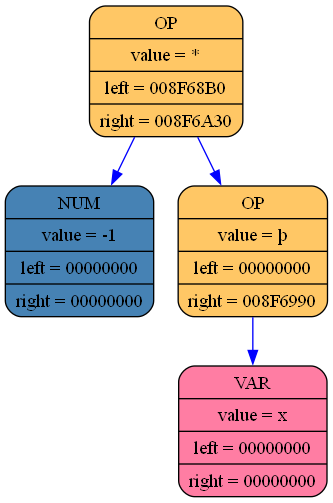
Earlier version of the Graphviz export log_folder_differenciator/differenciator_graph.png (aywert/DIFFERENCIATOR). Its source is kept beside it as log_folder_differenciator/differenciator_graph.dot.
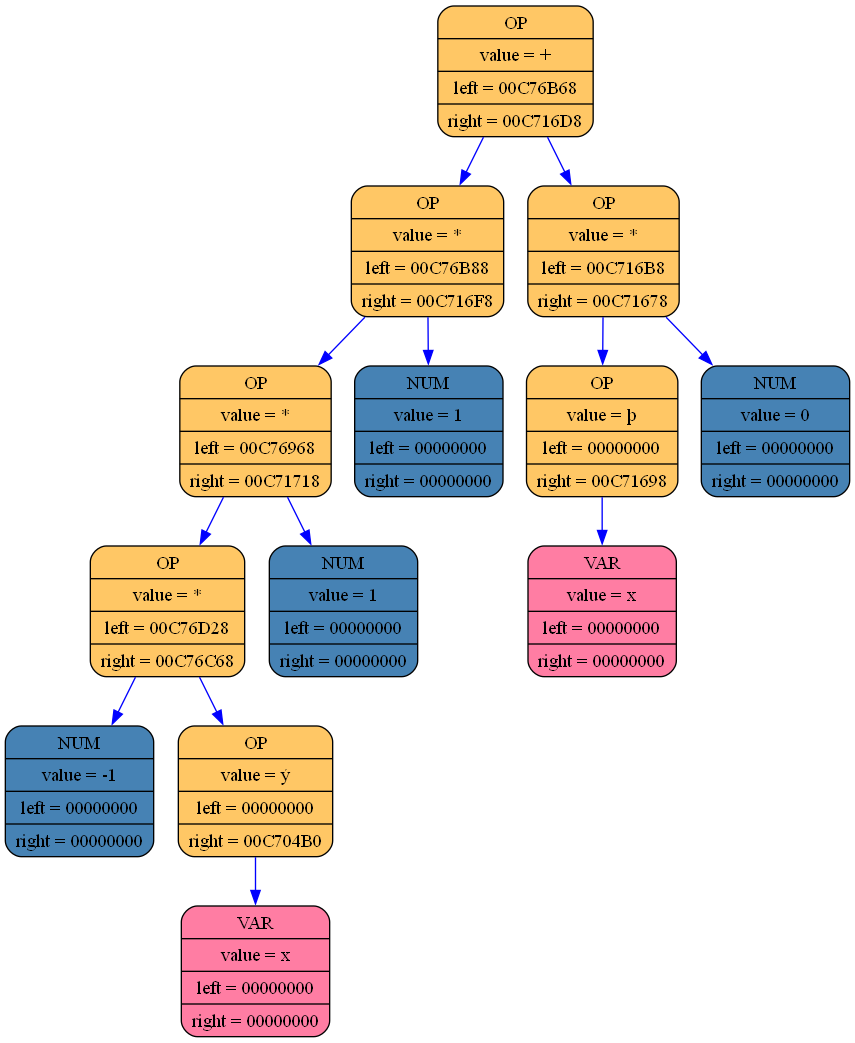
After the commit.

The edit, as a diff of the source:
```diff
@@ -1,11 +1,29 @@
 digraph list
 {
 rankdir=HR;
-	9398488 [shape = Mrecord; style = filled; fillcolor="#ffc765"; color = "#000000"; fontcolor = "#000000"; label = "{ OP | value = * | left = 008F68B0| right = 008F6A30}"];
-	9398488 -> 9398456 [color="blue"]
-	9398456 [shape = Mrecord; style = filled; fillcolor="#4682b4"; color = "#000000"; fontcolor = "#000000"; label = "{ NUM | value = -1 | left = 00000000| right = 00000000}"];
-	9398488 -> 9398840 [color="blue"]
-	9398840 [shape = Mrecord; style = filled; fillcolor="#ffc765"; color = "#000000"; fontcolor = "#000000"; label = "{ OP | value = þ | left = 00000000| right = 008F6990}"];
-	9398840 -> 9398680 [color="blue"]
-	9398680 [shape = Mrecord; style = filled; fillcolor="#ff7da3"; color = "#000000"; fontcolor = "#000000"; label = "{ VAR | value = x | left = 00000000| right = 00000000}"];
+	13068752 [shape = Mrecord; style = filled; fillcolor="#ffc765"; color = "#000000"; fontcolor = "#000000"; label = "{ OP | value = + | left = 00C76B68| right = 00C716D8}"];
+	13068752 -> 13069168 [color="blue"]
+	13069168 [shape = Mrecord; style = filled; fillcolor="#ffc765"; color = "#000000"; fontcolor = "#000000"; label = "{ OP | value = * | left = 00C76B88| right = 00C716F8}"];
+	13069168 -> 13069200 [color="blue"]
+	13069200 [shape = Mrecord; style = filled; fillcolor="#ffc765"; color = "#000000"; fontcolor = "#000000"; label = "{ OP | value = * | left = 00C76968| right = 00C71718}"];
+	13069200 -> 13068656 [color="blue"]
+	13068656 [shape = Mrecord; style = filled; fillcolor="#ffc765"; color = "#000000"; fontcolor = "#000000"; label = "{ OP | value = * | left = 00C76D28| right = 00C76C68}"];
+	13068656 -> 13069616 [color="blue"]
+	13069616 [shape = Mrecord; style = filled; fillcolor="#4682b4"; color = "#000000"; fontcolor = "#000000"; label = "{ NUM | value = -1 | left = 00000000| right = 00000000}"];
+	13068656 -> 13069424 [color="blue"]
+	13069424 [shape = Mrecord; style = filled; fillcolor="#ffc765"; color = "#000000"; fontcolor = "#000000"; label = "{ OP | value = ý | left = 00000000| right = 00C704B0}"];
+	13069424 -> 13042872 [color="blue"]
+	13042872 [shape = Mrecord; style = filled; fillcolor="#ff7da3"; color = "#000000"; fontcolor = "#000000"; label = "{ VAR | value = x | left = 00000000| right = 00000000}"];
+	13069200 -> 13047584 [color="blue"]
+	13047584 [shape = Mrecord; style = filled; fillcolor="#4682b4"; color = "#000000"; fontcolor = "#000000"; label = "{ NUM | value = 1 | left = 00000000| right = 00000000}"];
+	13069168 -> 13047552 [color="blue"]
+	13047552 [shape = Mrecord; style = filled; fillcolor="#4682b4"; color = "#000000"; fontcolor = "#000000"; label = "{ NUM | value = 1 | left = 00000000| right = 00000000}"];
+	13068752 -> 13047520 [color="blue"]
+	13047520 [shape = Mrecord; style = filled; fillcolor="#ffc765"; color = "#000000"; fontcolor = "#000000"; label = "{ OP | value = * | left = 00C716B8| right = 00C71678}"];
+	13047520 -> 13047488 [color="blue"]
+	13047488 [shape = Mrecord; style = filled; fillcolor="#ffc765"; color = "#000000"; fontcolor = "#000000"; label = "{ OP | value = þ | left = 00000000| right = 00C71698}"];
+	13047488 -> 13047456 [color="blue"]
+	13047456 [shape = Mrecord; style = filled; fillcolor="#ff7da3"; color = "#000000"; fontcolor = "#000000"; label = "{ VAR | value = x | left = 00000000| right = 00000000}"];
+	13047520 -> 13047424 [color="blue"]
+	13047424 [shape = Mrecord; style = filled; fillcolor="#4682b4"; color = "#000000"; fontcolor = "#000000"; label = "{ NUM | value = 0 | left = 00000000| right = 00000000}"];
 	}
```
